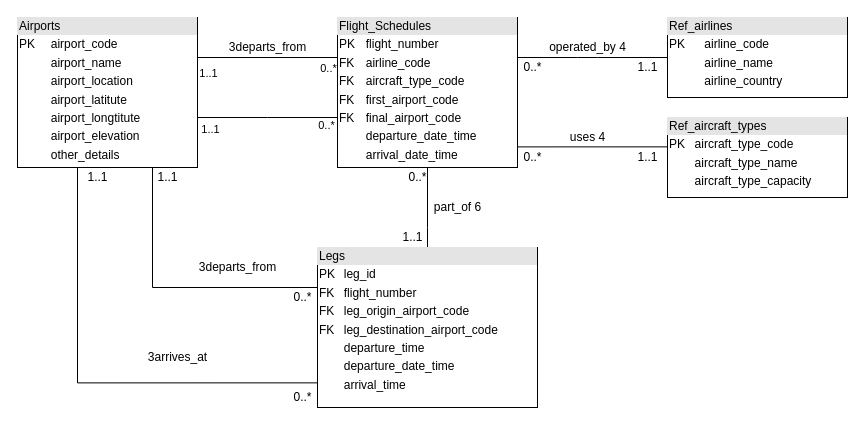
This is page "1.Exercise" (1 of 5) of first_diagram.drawio from nevenaAtanasova/diagrams, a draw.io file, before an edit. Source tidied: cells renumbered, new cells numbered last; positions are measured from the earlier drawing's top-left corner, leaving out a move shared by most shapes. Both pictures are drawn from the tidied source at 100%, with x=0, y=0 at pixel (17, 17).
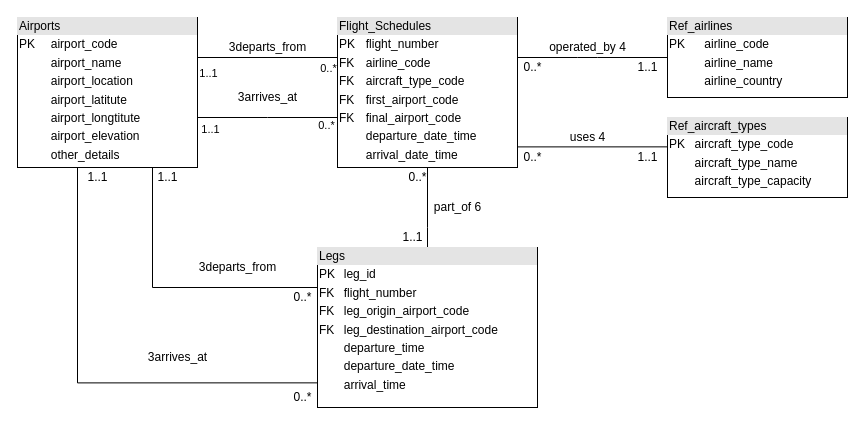
The same diagram, later.

The edit, as a diff of the source:
```diff
@@
+    <mxCell id="34" value="&lt;span style=&quot;font-family: &amp;#34;webdings&amp;#34;&quot;&gt;3&lt;/span&gt;arrives_at" style="text;html=1;align=center;verticalAlign=middle;strokeColor=none;" parent="1" vertex="1">
+      <mxGeometry x="210" y="70" width="80" height="20" as="geometry" />
+    </mxCell>
```
